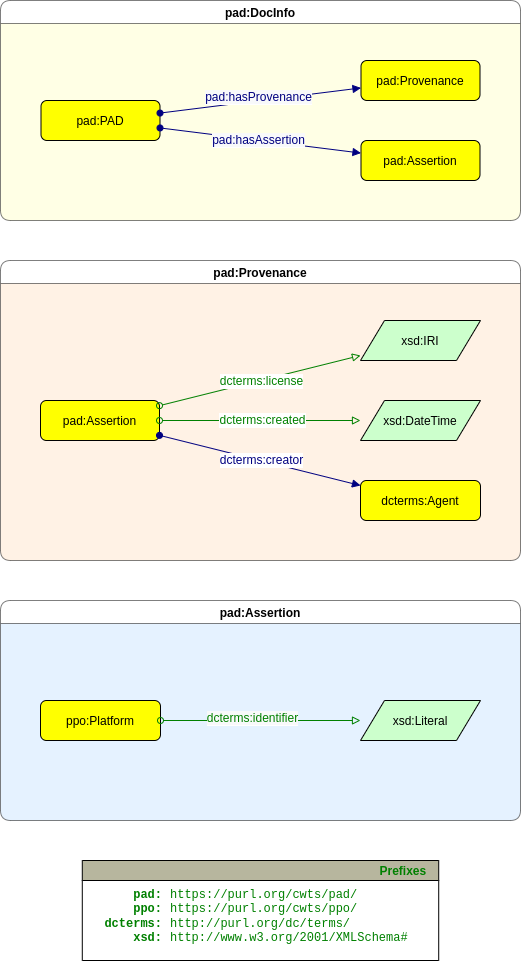
Earlier version of the draw.io export img/pad_framework-PAD.drawio.png (CWTSLeiden/Journal-Observatory-framework). Source tidied: cells renumbered, new cells last; positions are measured from the earlier drawing's top-left corner, leaving out a move shared by most shapes.
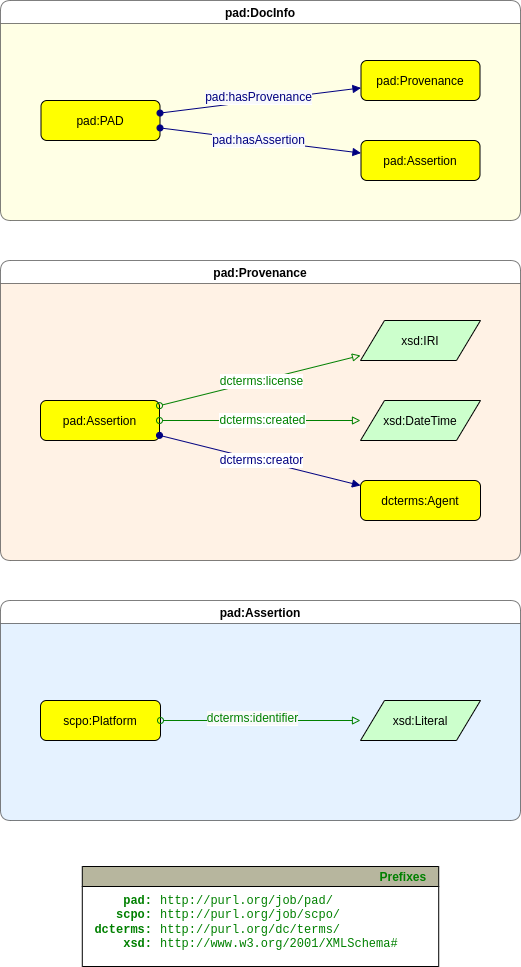
After the commit.

The edit, as a diff of the source:
```diff
@@ -72,7 +72,7 @@
     <mxCell id="21" value="pad:Assertion" style="swimlane;fontFamily=Helvetica;fontSize=12;rounded=1;gradientColor=none;swimlaneFillColor=#CCE5FF;opacity=50;" parent="1" vertex="1">
       <mxGeometry y="600" width="520" height="220" as="geometry" />
     </mxCell>
-    <mxCell id="22" value="ppo:Platform" style="graphMlID=n4;shape=rect;rounded=1;arcsize=30;fillColor=#ffff00;strokeColor=#000000;strokeWidth=1.0;" parent="21" vertex="1">
+    <mxCell id="22" value="scpo:Platform" style="graphMlID=n4;shape=rect;rounded=1;arcsize=30;fillColor=#ffff00;strokeColor=#000000;strokeWidth=1.0;" parent="21" vertex="1">
       <mxGeometry x="40" y="100" width="120" height="40" as="geometry" />
     </mxCell>
     <mxCell id="23" value="xsd:Literal" style="graphMlID=n6;shape=parallelogram;fillColor=#ccffcc;strokeColor=#000000;strokeWidth=1.0;" parent="21" vertex="1">
@@ -85,13 +85,13 @@
       <mxGeometry x="-0.09" y="3" relative="1" as="geometry" />
     </mxCell>
     <mxCell id="26" value="Prefixes" style="graphMlID=n0;shape=swimlane;startSize=20;fillColor=#b7b69e;strokeColor=#000000;strokeWidth=1.0;align=right;spacingRight=10;fontStyle=1;fontFamily=Helvetica;fontSize=12;fontColor=#008000;swimlaneFillColor=default;" parent="1" vertex="1">
-      <mxGeometry x="81.8" y="860" width="356.4" height="100" as="geometry" />
+      <mxGeometry x="81.8" y="866" width="356.4" height="100" as="geometry" />
     </mxCell>
-    <mxCell id="27" value="&lt;b&gt;pad:&lt;br&gt;ppo:&lt;br&gt;dcterms:&lt;br&gt;xsd:&lt;/b&gt;" style="text;html=1;align=right;verticalAlign=middle;fontFamily=Courier New;fontSize=12;fontColor=#008000;swimlaneFillColor=default;" parent="26" vertex="1">
-      <mxGeometry x="1.4" y="21.1" width="80" height="70" as="geometry" />
-    </mxCell>
-    <mxCell id="28" value="https://purl.org/cwts/pad/&lt;br&gt;https://purl.org/cwts/ppo/&lt;br&gt;http://purl.org/dc/terms/&lt;br&gt;http://www.w3.org/2001/XMLSchema#&lt;span style=&quot;color: rgba(0, 0, 0, 0); font-family: monospace; font-size: 0px;&quot;&gt;3E%3CmxCell%20id%3D%222%22%20value%3D%22np%3AAssertion%22%20style%3D%22swimlane%3BfontFamily%3DHelvetica%3BfontSize%3D12%3Brounded%3D1%3BgradientColor%3Dnone%3BswimlaneFillColor%3D%23CCE5FF%3Bopacity%3D50%3B%22%20vertex%3D%221%22%20parent%3D%221%22%3E%3CmxGeometry%20x%3D%2280%22%20y%3D%22180%22%20width%3D%22600%22%20height%3D%22220%22%20as%3D%22geometry%22%3E%3CmxRectangle%20x%3D%2280%22%20y%3D%22180%22%20width%3D%22110%22%20height%3D%2230%22%20as%3D%22alternateBounds%22%2F%3E%3C%2FmxGeometry%3E%3C%2FmxCell%3E%3CmxCell%20id%3D%223%22%20value%3D%22ppo%3APlatform%22%20style%3D%22graphMlID%3Dn4%3Bshape%3Drect%3Brounded%3D1%3Barcsize%3D30%3BfillColor%3D%23ffff00%3BstrokeColor%3D%23000000%3BstrokeWidth%3D1.0%22%20vertex%3D%221%22%20parent%3D%222%22%3E%3CmxGeometry%20x%3D%2280%22%20y%3D%22100%22%20width%3D%22120%22%20height%3D%2240%22%20as%3D%22geometry%22%2F%3E%3C%2FmxCell%3E%3CmxCell%20id%3D%224%22%20value%3D%22xsd%3ALiteral%22%20style%3D%22graphMlID%3Dn6%3Bshape%3Dparallelogram%3BfillColor%3D%23ccffcc%3BstrokeColor%3D%23000000%3BstrokeWidth%3D1.0%22%20vertex%3D%221%22%20parent%3D%222%22%3E%3CmxGeometry%20x%3D%22400%22%20y%3D%22100%22%20width%3D%22120%22%20height%3D%2240%22%20as%3D%22geometry%22%2F%3E%3C%2FmxCell%3E%3CmxCell%20id%3D%225%22%20value%3D%22%22%20style%3D%22graphMlID%3De2%3Brounded%3D0%3BendArrow%3Dblock%3BstrokeColor%3D%23008000%3BstrokeWidth%3D1.0%3BstartArrow%3Doval%3BstartFill%3D0%3BendFill%3D0%3BfontFamily%3DHelvetica%3BfontSize%3D12%3BfontColor%3D%2397D077%3B%22%20edge%3D%221%22%20parent%3D%222%22%20source%3D%223%22%20target%3D%224%22%3E%3CmxGeometry%20relative%3D%221%22%20as%3D%22geometry%22%3E%3CmxPoint%20x%3D%22250%22%20y%3D%22360%22%20as%3D%22sourcePoint%22%2F%3E%3CmxPoint%20x%3D%22526.8107910156248%22%20y%3D%22360.18034262995354%22%20as%3D%22targetPoint%22%2F%3E%3C%2FmxGeometry%3E%3C%2FmxCell%3E%3CmxCell%20id%3D%226%22%20value%3D%22%26lt%3Bspan%20style%3D%26quot%3Bcolor%3A%20rgb(0%2C%20128%2C%200)%3B%20font-size%3A%2012px%3B%20background-color%3A%20rgb(248%2C%20249%2C%20250)%3B%26quot%3B%26gt%3Bdcterms%3Aidentifier%26lt%3B%2Fspan%26gt%3B%22%20style%3D%22text%3Bhtml%3D1%3Balign%3Dcenter%3BverticalAlign%3Dmiddle%3Bresizable%3D0%3Bpoints%3D%5B%5D%3BlabelBackgroundColor%3D%23ffffff%3BfontFamily%3DHelvetica%3BfontSize%3D12%3BfontColor%3D%2397D077%3B%22%20vertex%3D%221%22%20connectable%3D%220%22%20parent%3D%225%22%3E%3CmxGeometry%20x%3D%22-0.0896%22%20y%3D%223%22%20relative%3D%221%22%20as%3D%22geometry%22%3E%3CmxPoint%20as%3D%22offset%22%2F%3E%3C%2FmxGeometry%3E%3C%2FmxCell%3E%3C%2Froot%3E%3C%2FmxGraphModel%3E&lt;/span&gt;&lt;span style=&quot;color: rgba(0, 0, 0, 0); font-family: monospace; font-size: 0px;&quot;&gt;%3CmxGraphModel%3E%3Croot%3E%3CmxCell%20id%3D%220%22%2F%3E%3CmxCell%20id%3D%221%22%20parent%3D%220%22%2F%3E%3CmxCell%20id%3D%222%22%20value%3D%22np%3AAssertion%22%20style%3D%22swimlane%3BfontFamily%3DHelvetica%3BfontSize%3D12%3Brounded%3D1%3BgradientColor%3Dnone%3BswimlaneFillColor%3D%23CCE5FF%3Bopacity%3D50%3B%22%20vertex%3D%221%22%20parent%3D%221%22%3E%3CmxGeometry%20x%3D%2280%22%20y%3D%22180%22%20width%3D%22600%22%20height%3D%22220%22%20as%3D%22geometry%22%3E%3CmxRectangle%20x%3D%2280%22%20y%3D%22180%22%20width%3D%22110%22%20height%3D%2230%22%20as%3D%22alternateBounds%22%2F%3E%3C%2FmxGeometry%3E%3C%2FmxCell%3E%3CmxCell%20id%3D%223%22%20value%3D%22ppo%3APlatform%22%20style%3D%22graphMlID%3Dn4%3Bshape%3Drect%3Brounded%3D1%3Barcsize%3D30%3BfillColor%3D%23ffff00%3BstrokeColor%3D%23000000%3BstrokeWidth%3D1.0%22%20vertex%3D%221%22%20parent%3D%222%22%3E%3CmxGeometry%20x%3D%2280%22%20y%3D%22100%22%20width%3D%22120%22%20height%3D%2240%22%20as%3D%22geometry%22%2F%3E%3C%2FmxCell%3E%3CmxCell%20id%3D%224%22%20value%3D%22xsd%3ALiteral%22%20style%3D%22graphMlID%3Dn6%3Bshape%3Dparallelogram%3BfillColor%3D%23ccffcc%3BstrokeColor%3D%23000000%3BstrokeWidth%3D1.0%22%20vertex%3D%221%22%20parent%3D%222%22%3E%3CmxGeometry%20x%3D%22400%22%20y%3D%22100%22%20width%3D%22120%22%20height%3D%2240%22%20as%3D%22geometry%22%2F%3E%3C%2FmxCell%3E%3CmxCell%20id%3D%225%22%20value%3D%22%22%20style%3D%22graphMlID%3De2%3Brounded%3D0%3BendArrow%3Dblock%3BstrokeColor%3D%23008000%3BstrokeWidth%3D1.0%3BstartArrow%3Doval%3BstartFill%3D0%3BendFill%3D0%3BfontFamily%3DHelvetica%3BfontSize%3D12%3BfontColor%3D%2397D077%3B%22%20edge%3D%221%22%20parent%3D%222%22%20source%3D%223%22%20target%3D%224%22%3E%3CmxGeometry%20relative%3D%221%22%20as%3D%22geometry%22%3E%3CmxPoint%20x%3D%22250%22%20y%3D%22360%22%20as%3D%22sourcePoint%22%2F%3E%3CmxPoint%20x%3D%22526.8107910156248%22%20y%3D%22360.18034262995354%22%20as%3D%22targetPoint%22%2F%3E%3C%2FmxGeometry%3E%3C%2FmxCell%3E%3CmxCell%20id%3D%226%22%20value%3D%22%26lt%3Bspan%20style%3D%26quot%3Bcolor%3A%20rgb(0%2C%20128%2C%200)%3B%20font-size%3A%2012px%3B%20background-color%3A%20rgb(248%2C%20249%2C%20250)%3B%26quot%3B%26gt%3Bdcterms%3Aidentifier%26lt%3B%2Fspan%26gt%3B%22%20style%3D%22text%3Bhtml%3D1%3Balign%3Dcenter%3BverticalAlign%3Dmiddle%3Bresizable%3D0%3Bpoints%3D%5B%5D%3BlabelBackgroundColor%3D%23ffffff%3BfontFamily%3DHelvetica%3BfontSize%3D12%3BfontColor%3D%2397D077%3B%22%20vertex%3D%221%22%20connectable%3D%220%22%20parent%3D%225%22%3E%3CmxGeometry%20x%3D%22-0.0896%22%20y%3D%223%22%20relative%3D%221%22%20as%3D%22geometry%22%3E%3CmxPoint%20as%3D%22offset%22%2F%3E%3C%2FmxGeometry%3E%3&lt;/span&gt;" style="text;html=1;align=left;verticalAlign=middle;fontFamily=Courier New;fontSize=12;fontColor=#008000;fillColor=none;swimlaneFillColor=default;" parent="26" vertex="1">
-      <mxGeometry x="86.4" y="21.1" width="260" height="70" as="geometry" />
-    </mxCell>
+    <mxCell id="29" value="&lt;b style=&quot;font-size: 12px;&quot;&gt;pad:&lt;br style=&quot;font-size: 12px;&quot;&gt;scpo:&lt;br style=&quot;font-size: 12px;&quot;&gt;dcterms:&lt;br style=&quot;font-size: 12px;&quot;&gt;xsd:&lt;/b&gt;" style="text;html=1;align=right;verticalAlign=middle;fontFamily=Courier New;fontSize=12;fontColor=#008000;swimlaneFillColor=default;" parent="26" vertex="1">
+      <mxGeometry x="-4.6" y="21.1" width="76" height="70" as="geometry" />
+    </mxCell>
+    <mxCell id="30" value="http://purl.org/job/pad/&lt;br style=&quot;font-size: 12px;&quot;&gt;http://purl.org/job/scpo/&lt;br style=&quot;font-size: 12px;&quot;&gt;http://purl.org/dc/terms/&lt;br style=&quot;font-size: 12px;&quot;&gt;http://www.w3.org/2001/XMLSchema#" style="text;html=1;align=left;verticalAlign=middle;fontFamily=Courier New;fontSize=12;fontColor=#008000;fillColor=none;swimlaneFillColor=default;" parent="26" vertex="1">
+      <mxGeometry x="76.4" y="21.1" width="256" height="70" as="geometry" />
+    </mxCell>
   </root>
 </mxGraphModel>
```
